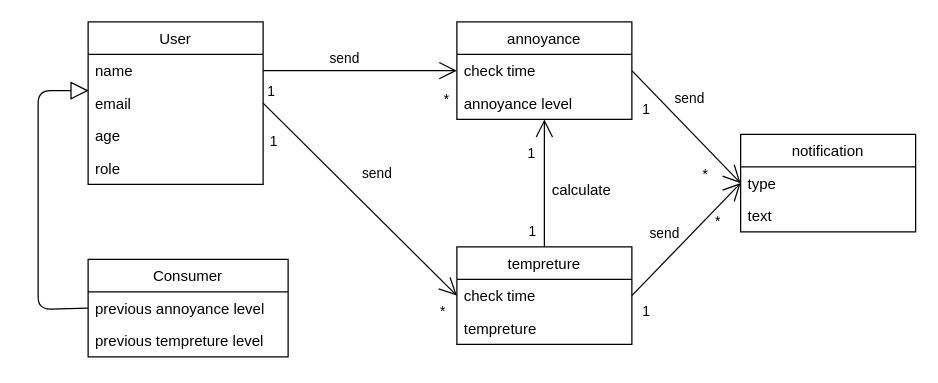
oleksandrblazhko/ai-215-korchakovskij keeps this draw.io diagram as 2-SoftwareDesign/2.1-UMLConceptClasses/UML-ConceptClasses.drawio. Above is the earlier version. Source tidied: cells renumbered, new cells numbered last; positions are measured from the earlier drawing's top-left corner, leaving out a move shared by most shapes. Both pictures are drawn from the tidied source at 125%, with x=0, y=0 at pixel (38, 21).
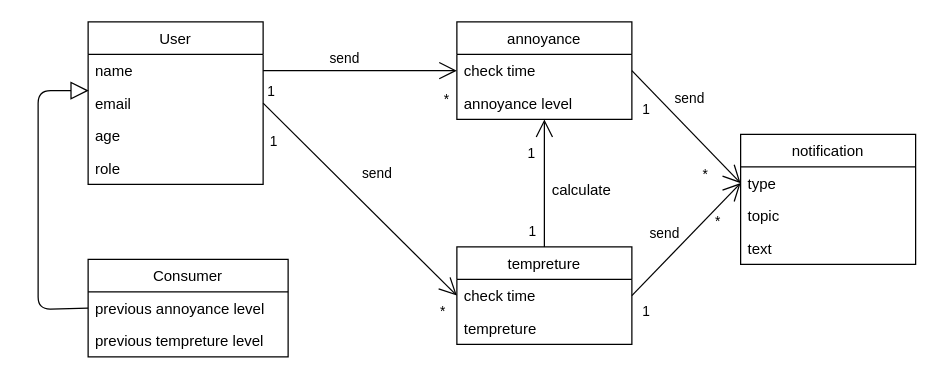
After the change.

Diff of the diagram source:
```diff
@@
     <mxCell id="29" value="notification" style="swimlane;fontStyle=0;horizontal=1;startSize=26;fillColor=none;" parent="1" vertex="1">
-      <mxGeometry x="562" y="90" width="140" height="78" as="geometry" />
+      <mxGeometry x="562" y="90" width="140" height="104" as="geometry" />
     </mxCell>
@@
+    <mxCell id="40" value="topic" style="text;strokeColor=none;fillColor=none;align=left;verticalAlign=top;spacingLeft=4;spacingRight=4;overflow=hidden;" parent="29" vertex="1">
+      <mxGeometry y="52" width="140" height="26" as="geometry" />
+    </mxCell>
     <mxCell id="31" value="text" style="text;strokeColor=none;fillColor=none;align=left;verticalAlign=top;spacingLeft=4;spacingRight=4;overflow=hidden;" parent="29" vertex="1">
-      <mxGeometry y="52" width="140" height="26" as="geometry" />
+      <mxGeometry y="78" width="140" height="26" as="geometry" />
     </mxCell>
```
